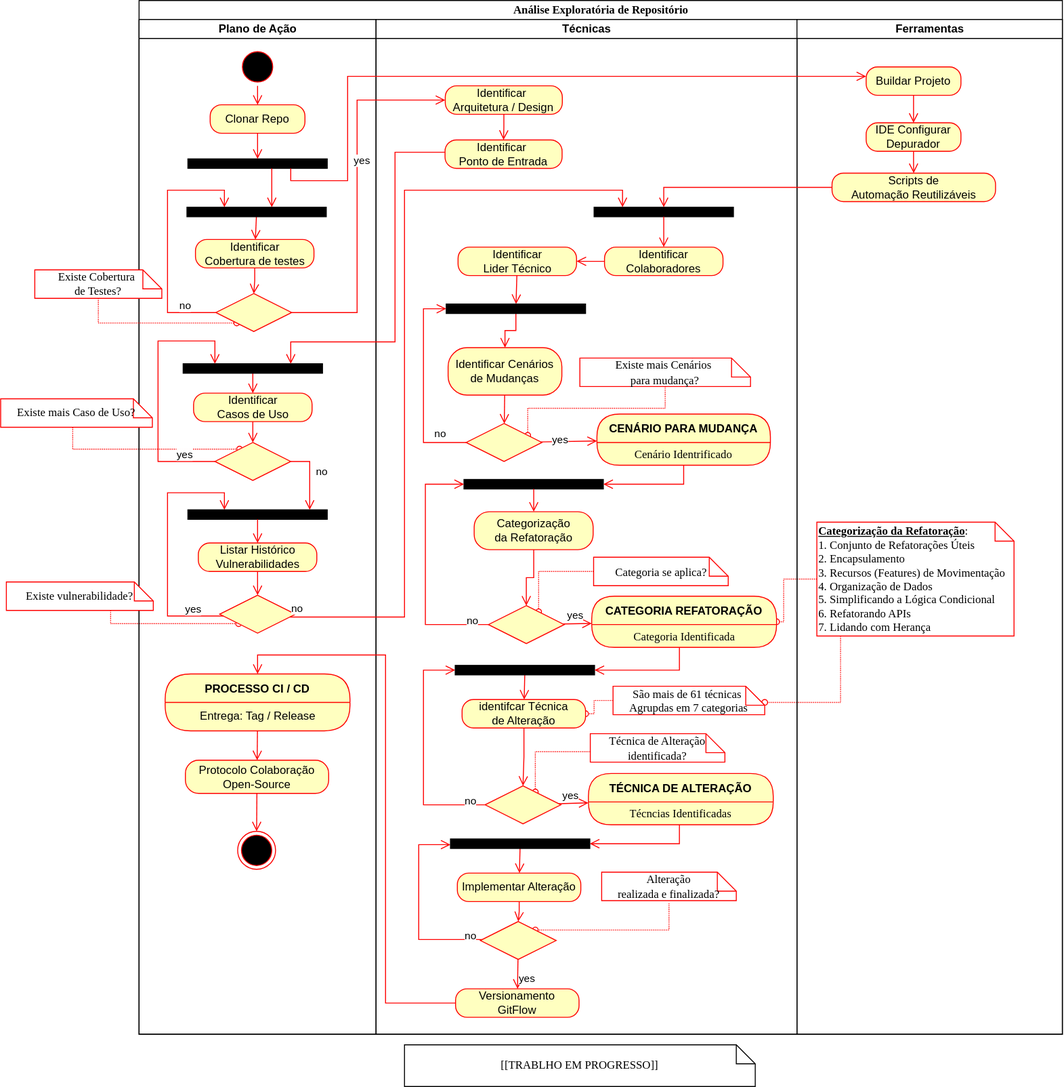
Above: docs/imgs/DA - Análise de Repositório Genárico.drawio.svg in pssilva/acmecorp-erp-hyperledger-fabric (draw.io), before the change. Source tidied: cells renumbered, new cells last; positions are measured from the earlier drawing's top-left corner, leaving out a move shared by most shapes.
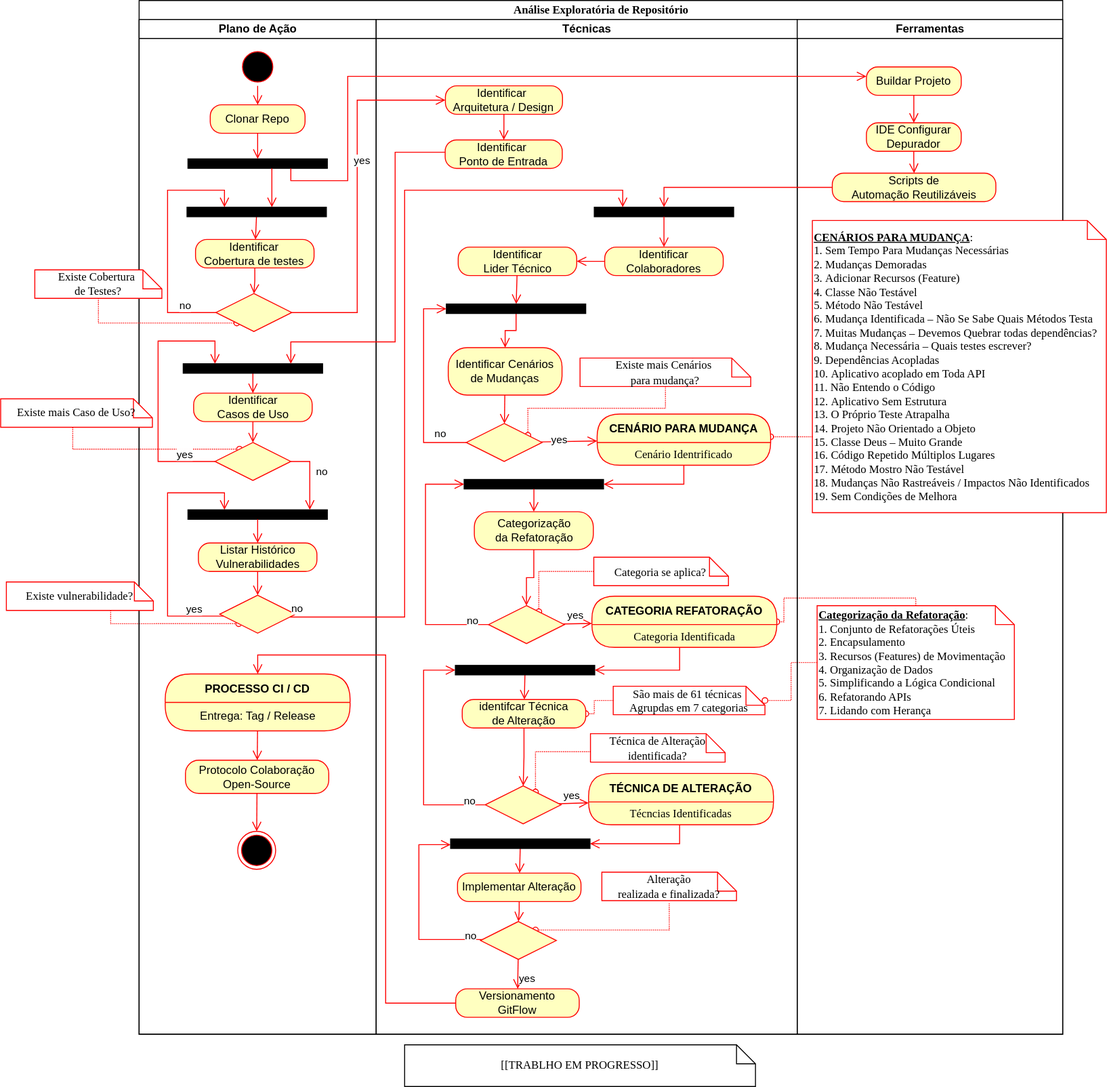
Above is the later version.

Commit message:
Documentação Elaboração do Diagrama de Atividade da Análise Exploratória Genérico!

What changed in the source:
```diff
@@ -2,10 +2,19 @@
   <root>
     <mxCell id="0" />
     <mxCell id="1" parent="0" />
+    <mxCell id="115" style="rounded=0;jettySize=auto;html=1;dashed=1;dashPattern=1 1;endArrow=oval;endFill=0;strokeColor=#FF0000;edgeStyle=orthogonalEdgeStyle;" parent="1" edge="1" source="116" target="47">
+      <mxGeometry relative="1" as="geometry">
+        <Array as="points">
+          <mxPoint x="836" y="460" />
+          <mxPoint x="836" y="460" />
+        </Array>
+      </mxGeometry>
+    </mxCell>
     <mxCell id="2" style="rounded=0;jettySize=auto;html=1;dashed=1;dashPattern=1 1;endArrow=oval;endFill=0;strokeColor=#FF0000;edgeStyle=orthogonalEdgeStyle;" parent="1" edge="1" source="74" target="90">
       <mxGeometry relative="1" as="geometry">
         <Array as="points">
-          <mxPoint x="826" y="610" />
+          <mxPoint x="965" y="630" />
+          <mxPoint x="826" y="630" />
           <mxPoint x="826" y="655" />
         </Array>
       </mxGeometry>
@@ -30,11 +39,7 @@
       <mxGeometry x="146" width="974" height="1090" as="geometry" />
     </mxCell>
     <mxCell id="6" style="rounded=0;jettySize=auto;html=1;dashed=1;dashPattern=1 1;endArrow=oval;endFill=0;strokeColor=#FF0000;edgeStyle=orthogonalEdgeStyle;" parent="5" edge="1" source="74" target="67">
-      <mxGeometry relative="1" as="geometry">
-        <Array as="points">
-          <mxPoint x="740" y="740" />
-        </Array>
-      </mxGeometry>
+      <mxGeometry relative="1" as="geometry" />
     </mxCell>
     <mxCell id="7" value="Plano de Ação" style="swimlane;html=1;startSize=20;" parent="5" vertex="1">
       <mxGeometry y="20" width="250" height="1070" as="geometry" />
@@ -274,7 +279,7 @@
       <mxGeometry x="37" y="162" width="172.5" height="30" as="geometry" />
     </mxCell>
     <mxCell id="74" value="&lt;h2 style=&quot;line-height: 13.3333px; break-inside: avoid; margin-top: 0cm; margin-bottom: 0cm; direction: ltr; background: transparent; break-after: avoid;&quot; class=&quot;western&quot;&gt;&lt;span style=&quot;font-size: 12px;&quot;&gt;&lt;u&gt;Categorização da Refatoração&lt;/u&gt;&lt;/span&gt;&lt;span style=&quot;font-size: 12px; font-weight: 400;&quot;&gt;:&lt;/span&gt;&lt;/h2&gt;&lt;div&gt;&lt;span style=&quot;background-color: initial;&quot;&gt;1. Conjunto de Refatorações Úteis&lt;/span&gt;&lt;br&gt;&lt;/div&gt;&lt;div&gt;&lt;span style=&quot;background-color: initial;&quot;&gt;2.&amp;nbsp;&lt;/span&gt;&lt;span style=&quot;background-color: initial;&quot;&gt;Encapsulamento&lt;/span&gt;&lt;/div&gt;&lt;div&gt;&lt;span style=&quot;background-color: initial;&quot;&gt;3.&amp;nbsp;&lt;/span&gt;&lt;span style=&quot;background-color: initial;&quot;&gt;Recursos (Features) de Movimentação&amp;nbsp;&lt;/span&gt;&lt;/div&gt;&lt;div&gt;&lt;span style=&quot;background-color: initial;&quot;&gt;4.&amp;nbsp;&lt;/span&gt;&lt;span style=&quot;background-color: initial;&quot;&gt;Organização de Dados&lt;/span&gt;&lt;/div&gt;&lt;div&gt;&lt;span style=&quot;background-color: initial;&quot;&gt;5.&amp;nbsp;&lt;/span&gt;&lt;span style=&quot;background-color: initial;&quot;&gt;Simplificando a Lógica Condicional&lt;/span&gt;&lt;/div&gt;&lt;div&gt;&lt;span style=&quot;background-color: initial;&quot;&gt;6.&amp;nbsp;&lt;/span&gt;&lt;span style=&quot;background-color: initial;&quot;&gt;Refatorando APIs&lt;/span&gt;&lt;/div&gt;&lt;div&gt;&lt;span style=&quot;background-color: initial;&quot;&gt;7.&amp;nbsp;&lt;/span&gt;&lt;span style=&quot;background-color: initial;&quot;&gt;Lidando com Herança&lt;/span&gt;&lt;/div&gt;" style="shape=note;whiteSpace=wrap;html=1;rounded=0;shadow=0;comic=0;labelBackgroundColor=none;strokeWidth=1;fontFamily=Verdana;fontSize=12;align=left;size=20;strokeColor=#FF0000;" parent="69" vertex="1">
-      <mxGeometry x="21" y="530" width="208" height="120" as="geometry" />
+      <mxGeometry x="21" y="618" width="208" height="120" as="geometry" />
     </mxCell>
     <mxCell id="75" style="edgeStyle=orthogonalEdgeStyle;html=1;verticalAlign=bottom;endArrow=open;endSize=8;strokeColor=#ff0000;rounded=0;" parent="69" edge="1" source="72" target="73">
       <mxGeometry relative="1" as="geometry" />
@@ -472,5 +477,8 @@
     <mxCell id="114" style="whiteSpace=wrap;html=1;rounded=0;shadow=0;comic=0;labelBackgroundColor=none;strokeWidth=1;fillColor=#000000;fontFamily=Verdana;fontSize=12;align=center;rotation=0;" parent="1" vertex="1">
       <mxGeometry x="474.5" y="884" width="147" height="10" as="geometry" />
     </mxCell>
+    <mxCell id="116" value="&lt;h2 style=&quot;line-height: 13.3333px; break-inside: avoid; margin-top: 0cm; margin-bottom: 0cm; direction: ltr; background: transparent; break-after: avoid;&quot; class=&quot;western&quot;&gt;&lt;span style=&quot;font-size: 12px;&quot;&gt;&lt;u&gt;CENÁRIOS PARA MUDANÇA&lt;/u&gt;&lt;/span&gt;&lt;span style=&quot;font-size: 12px; font-weight: 400;&quot;&gt;:&lt;/span&gt;&lt;/h2&gt;&lt;div&gt;&lt;span style=&quot;background-color: initial;&quot;&gt;1.&amp;nbsp;&lt;/span&gt;&lt;span style=&quot;background-color: initial;&quot;&gt;Sem Tempo Para Mudanças Necessárias&lt;/span&gt;&lt;/div&gt;&lt;div&gt;&lt;span style=&quot;background-color: initial;&quot;&gt;2.&amp;nbsp;&lt;/span&gt;&lt;span style=&quot;background-color: initial;&quot;&gt;Mudanças Demoradas&lt;/span&gt;&lt;/div&gt;&lt;div&gt;&lt;span style=&quot;background-color: initial;&quot;&gt;3.&amp;nbsp;&lt;/span&gt;&lt;span style=&quot;background-color: initial;&quot;&gt;Adicionar Recursos (Feature)&lt;/span&gt;&lt;/div&gt;&lt;div&gt;&lt;span style=&quot;background-color: initial;&quot;&gt;4.&amp;nbsp;&lt;/span&gt;&lt;span style=&quot;background-color: initial;&quot;&gt;Classe Não Testável&lt;/span&gt;&lt;/div&gt;&lt;div&gt;&lt;span style=&quot;background-color: initial;&quot;&gt;5.&amp;nbsp;&lt;/span&gt;&lt;span style=&quot;background-color: initial;&quot;&gt;Método Não Testável&lt;/span&gt;&lt;/div&gt;&lt;div&gt;&lt;span style=&quot;background-color: initial;&quot;&gt;6.&amp;nbsp;&lt;/span&gt;&lt;span style=&quot;background-color: initial;&quot;&gt;Mudança Identificada – Não Se Sabe Quais Métodos Testa&lt;/span&gt;&lt;/div&gt;&lt;div&gt;&lt;span style=&quot;background-color: initial;&quot;&gt;7.&amp;nbsp;&lt;/span&gt;&lt;span style=&quot;background-color: initial;&quot;&gt;Muitas Mudanças – Devemos Quebrar todas dependências?&lt;br&gt;8.&amp;nbsp;&lt;/span&gt;&lt;span style=&quot;background-color: initial;&quot;&gt;Mudança Necessária – Quais testes escrever?&lt;br&gt;9.&amp;nbsp;&lt;/span&gt;&lt;span style=&quot;background-color: initial;&quot;&gt;Dependências Acopladas&lt;/span&gt;&lt;/div&gt;&lt;div&gt;&lt;span style=&quot;background-color: initial;&quot;&gt;10.&amp;nbsp;&lt;/span&gt;&lt;span style=&quot;background-color: initial;&quot;&gt;Aplicativo acoplado em Toda API&lt;/span&gt;&lt;/div&gt;&lt;div&gt;&lt;span style=&quot;background-color: initial;&quot;&gt;11.&amp;nbsp;&lt;/span&gt;&lt;span style=&quot;background-color: initial;&quot;&gt;Não Entendo o Código&lt;/span&gt;&lt;/div&gt;&lt;div&gt;&lt;span style=&quot;background-color: initial;&quot;&gt;12.&amp;nbsp;&lt;/span&gt;&lt;span style=&quot;background-color: initial;&quot;&gt;Aplicativo Sem Estrutura&lt;/span&gt;&lt;/div&gt;&lt;div&gt;&lt;span style=&quot;background-color: initial;&quot;&gt;13.&amp;nbsp;&lt;/span&gt;&lt;span style=&quot;background-color: initial;&quot;&gt;O Próprio Teste Atrapalha&lt;/span&gt;&lt;/div&gt;&lt;div&gt;&lt;span style=&quot;background-color: initial;&quot;&gt;14.&amp;nbsp;&lt;/span&gt;&lt;span style=&quot;background-color: initial;&quot;&gt;Projeto Não Orientado a Objeto&lt;/span&gt;&lt;/div&gt;&lt;div&gt;&lt;span style=&quot;background-color: initial;&quot;&gt;15.&amp;nbsp;&lt;/span&gt;&lt;span style=&quot;background-color: initial;&quot;&gt;Classe Deus – Muito Grande&lt;/span&gt;&lt;/div&gt;&lt;div&gt;&lt;span style=&quot;background-color: initial;&quot;&gt;16.&amp;nbsp;&lt;/span&gt;&lt;span style=&quot;background-color: initial;&quot;&gt;Código Repetido Múltiplos Lugares&lt;/span&gt;&lt;/div&gt;&lt;div&gt;&lt;span style=&quot;background-color: initial;&quot;&gt;17.&amp;nbsp;&lt;/span&gt;&lt;span style=&quot;background-color: initial;&quot;&gt;Método Mostro Não Testável&lt;/span&gt;&lt;/div&gt;&lt;div&gt;&lt;span style=&quot;background-color: initial;&quot;&gt;18.&amp;nbsp;&lt;/span&gt;&lt;span style=&quot;background-color: initial;&quot;&gt;Mudanças Não Rastreáveis / Impactos Não Identificados&lt;/span&gt;&lt;/div&gt;&lt;div&gt;&lt;span style=&quot;background-color: initial;&quot;&gt;19.&amp;nbsp;&lt;/span&gt;&lt;span style=&quot;background-color: initial;&quot;&gt;Sem Condições de Melhora&lt;br&gt;&lt;/span&gt;&lt;/div&gt;" style="shape=note;whiteSpace=wrap;html=1;rounded=0;shadow=0;comic=0;labelBackgroundColor=none;strokeWidth=1;fontFamily=Verdana;fontSize=12;align=left;size=20;strokeColor=#FF0000;" parent="1" vertex="1">
+      <mxGeometry x="856" y="232" width="310" height="308" as="geometry" />
+    </mxCell>
   </root>
 </mxGraphModel>
```
